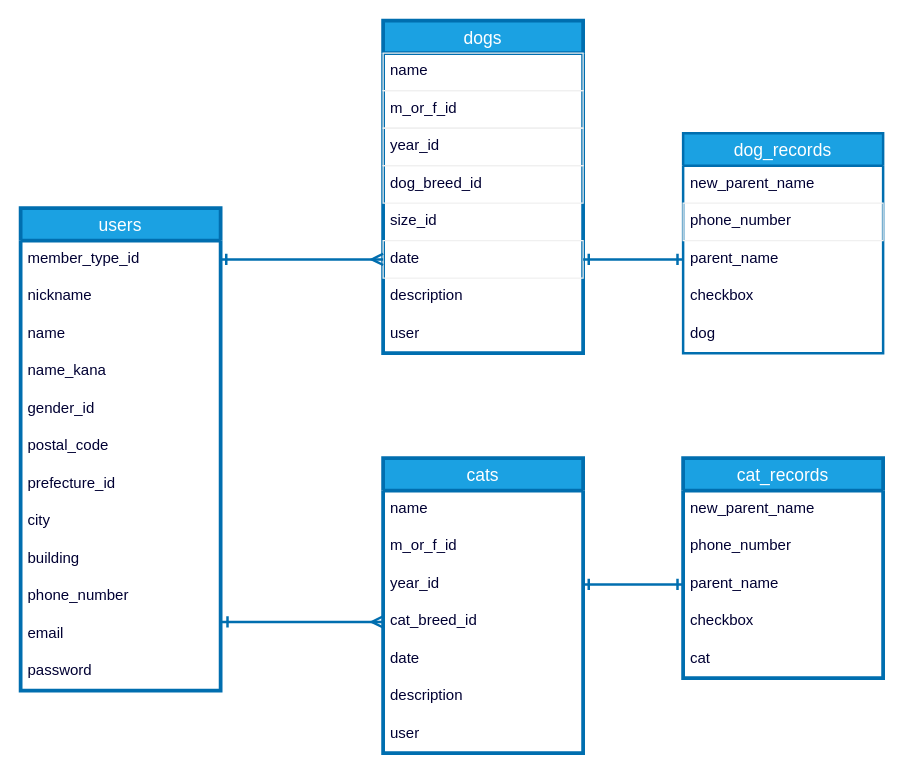
Above: pet-home.dio in mita-youko/pet-home200829 (draw.io), before the change. Source tidied: cells renumbered, new cells numbered last; positions are measured from the earlier drawing's top-left corner, leaving out a move shared by most shapes. Both pictures are drawn from the tidied source at 125%, with x=0, y=0 at pixel (20, 20).
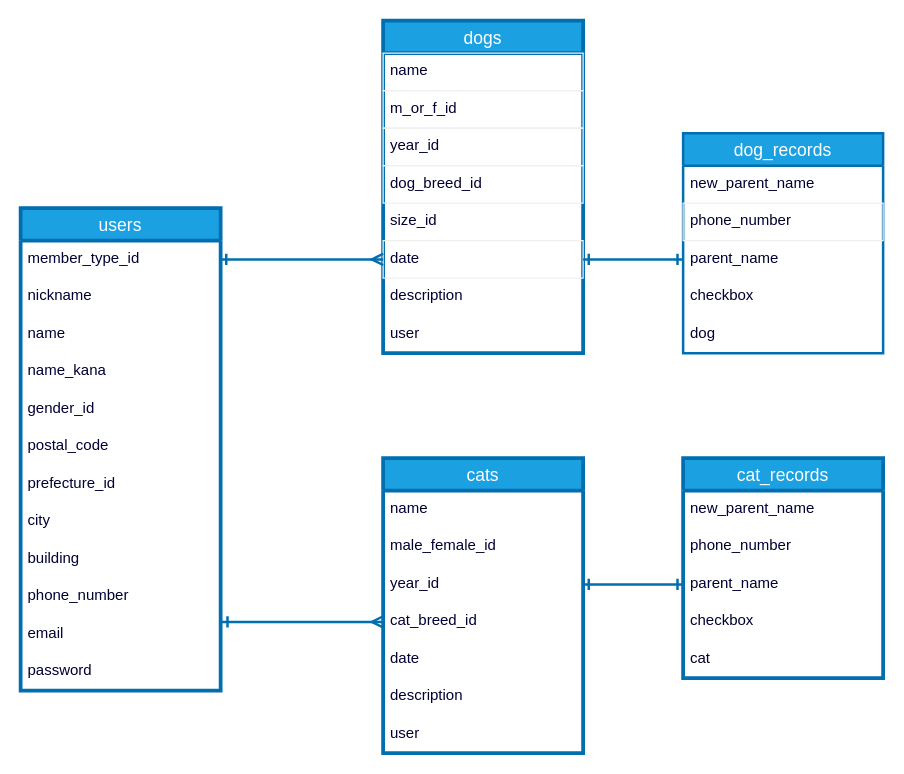
The same page after the edit.

Unchanged cells that the change refers to:
```xml
<mxCell id="24" value="cats" style="swimlane;fontStyle=0;horizontal=1;startSize=26;align=center;fontSize=14;fillColor=#1ba1e2;strokeColor=#006EAF;fontColor=#ffffff;strokeWidth=3;" parent="1" vertex="1">
  <mxGeometry x="290" y="350" width="160" height="236" as="geometry" />
</mxCell>
```

What changed in the source:
```diff
@@
-    <mxCell id="26" value="m_or_f_id" style="text;strokeColor=none;fillColor=none;spacingLeft=4;spacingRight=4;overflow=hidden;fontSize=12;fontColor=#000033;" parent="24" vertex="1">
+    <mxCell id="26" value="male_female_id" style="text;strokeColor=none;fillColor=none;spacingLeft=4;spacingRight=4;overflow=hidden;fontSize=12;fontColor=#000033;" parent="24" vertex="1">
       <mxGeometry y="56" width="160" height="30" as="geometry" />
     </mxCell>
```
